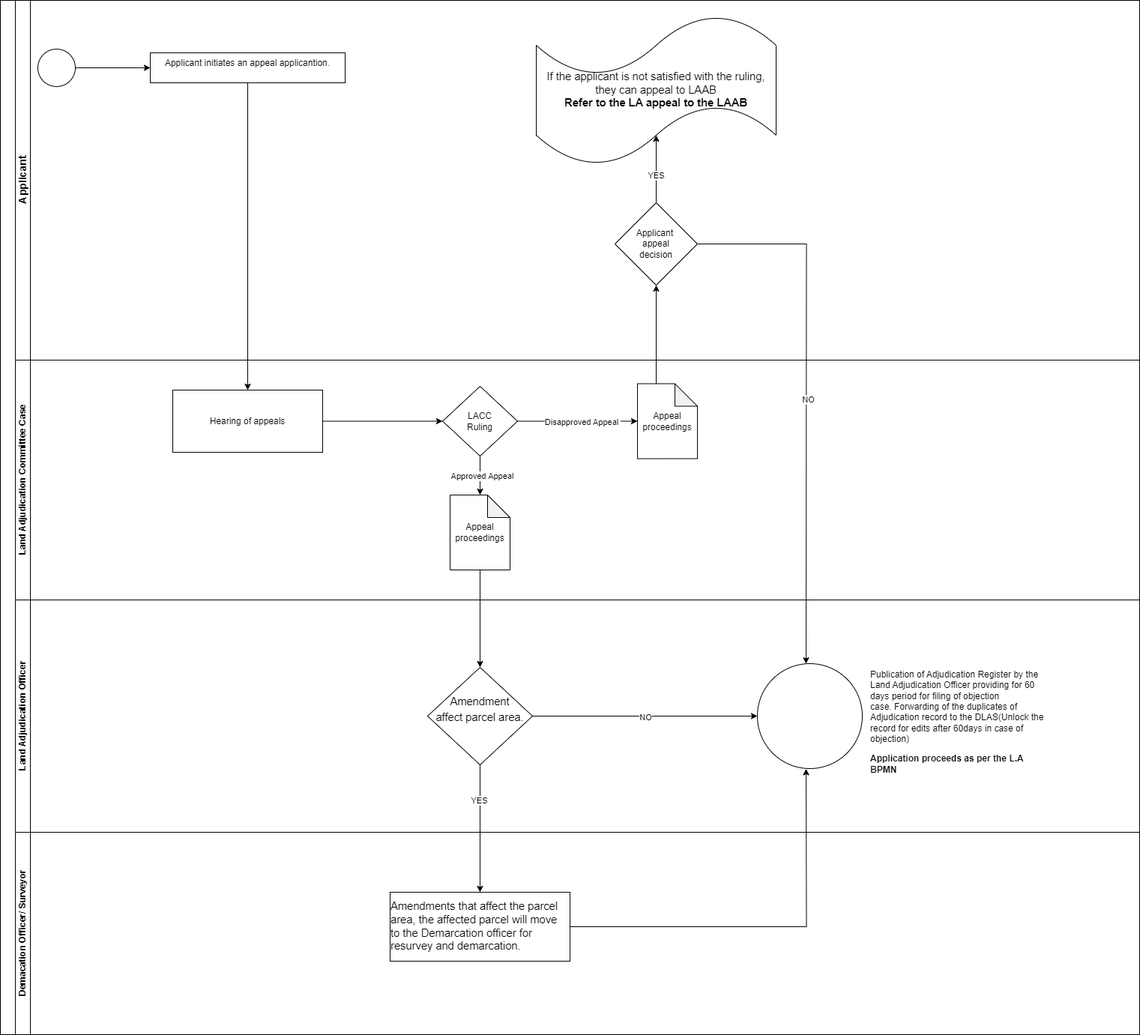
Earlier version of the draw.io export Land Adjudication Appeal to the LACC.drawio.png (geoprojectke/BPMN). Source tidied: cells renumbered, new cells last; positions are measured from the earlier drawing's top-left corner, leaving out a move shared by most shapes.
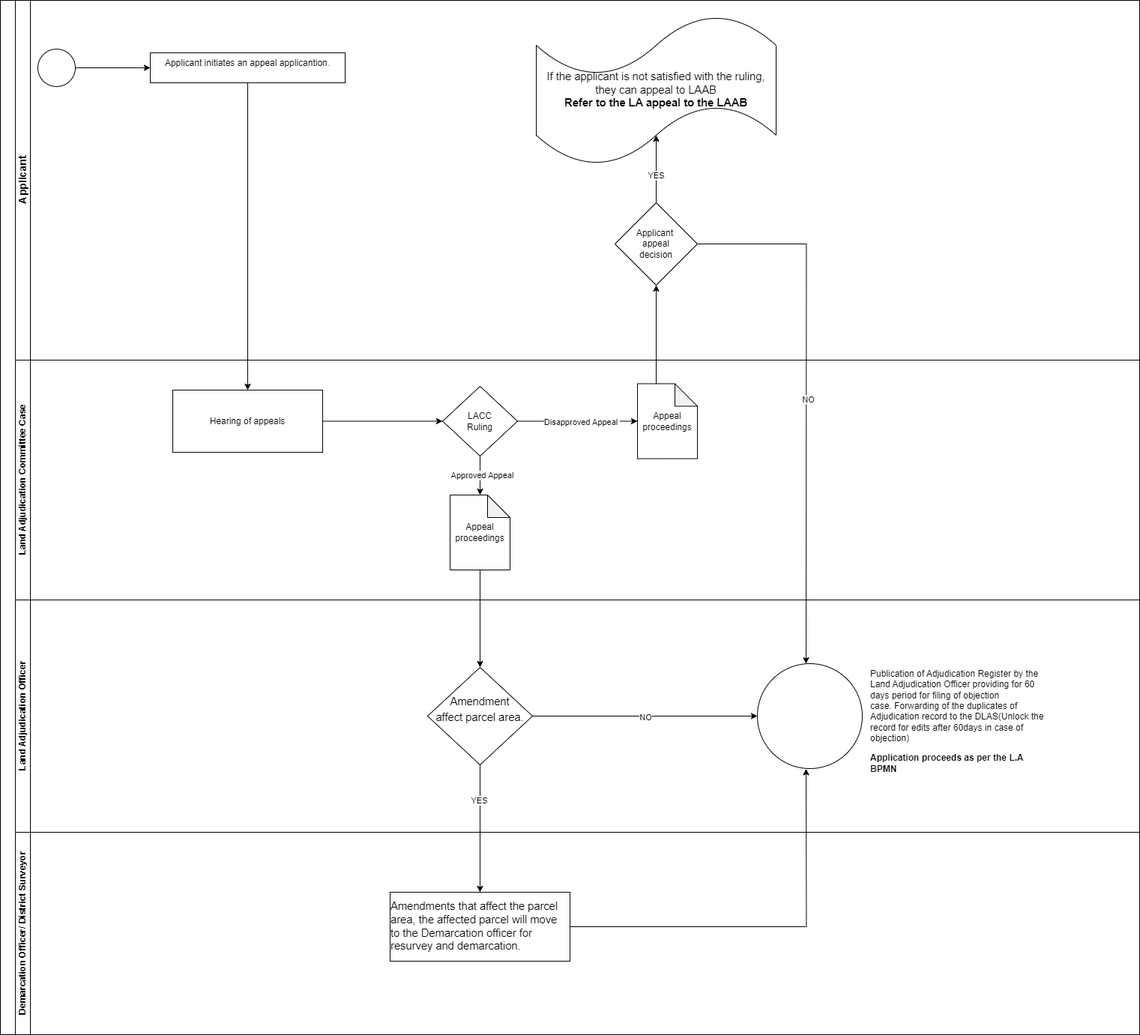
The same diagram one commit later.

The edit, as a diff of the source:
```diff
@@ -80,7 +80,7 @@
     <mxCell id="27" value="&lt;p style=&quot;text-align: left;&quot; class=&quot;MsoNormal&quot;&gt;&lt;span lang=&quot;EN-GB&quot;&gt;Publication of Adjudication Register by the Land Adjudication Officer&amp;nbsp;&lt;/span&gt;&lt;span style=&quot;background-color: initial;&quot;&gt;providing for 60 days period for filing of objection case.&amp;nbsp;&lt;/span&gt;&lt;span style=&quot;background-color: initial;&quot;&gt;Forwarding of the duplicates of Adjudication record to the DLAS&lt;/span&gt;&lt;span style=&quot;background-color: initial;&quot;&gt;(Unlock the record for edits after 60days in case of objection)&lt;/span&gt;&lt;/p&gt;&lt;p style=&quot;text-align: left;&quot; class=&quot;MsoNormal&quot;&gt;&lt;b style=&quot;background-color: initial;&quot;&gt;Application proceeds as per the L.A BPMN&lt;/b&gt;&lt;/p&gt;" style="whiteSpace=wrap;html=1;gradientColor=none;strokeColor=none;" parent="21" vertex="1">
       <mxGeometry x="1140" y="90" width="240" height="145" as="geometry" />
     </mxCell>
-    <mxCell id="28" value="Demacation Officer/ Surveyor" style="swimlane;html=1;startSize=20;horizontal=0;" parent="2" vertex="1">
+    <mxCell id="28" value="Demarcation Officer/ District Surveyor" style="swimlane;html=1;startSize=20;horizontal=0;" parent="2" vertex="1">
       <mxGeometry x="20" y="1110" width="1500" height="270" as="geometry" />
     </mxCell>
     <mxCell id="29" style="edgeStyle=orthogonalEdgeStyle;rounded=0;orthogonalLoop=1;jettySize=auto;html=1;exitX=0.5;exitY=1;exitDx=0;exitDy=0;" parent="28" edge="1">
```
